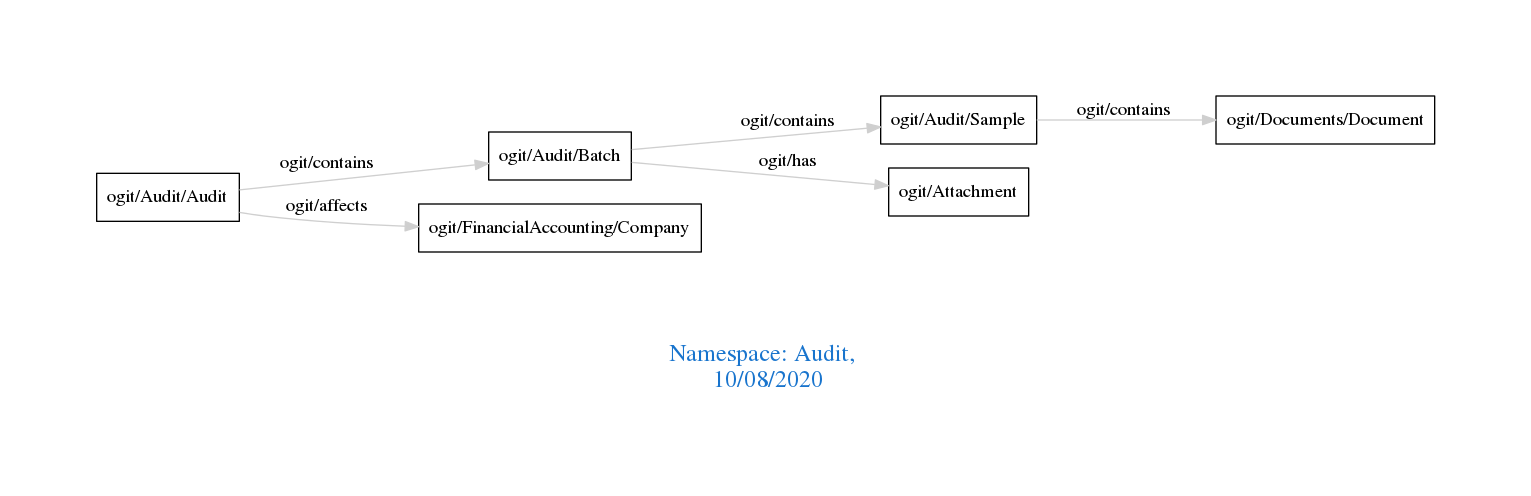
Before: downloads/Audit.png, a diagram exported from Graphviz (arago/OGIT). Its source is kept beside it as downloads/Audit.dot.
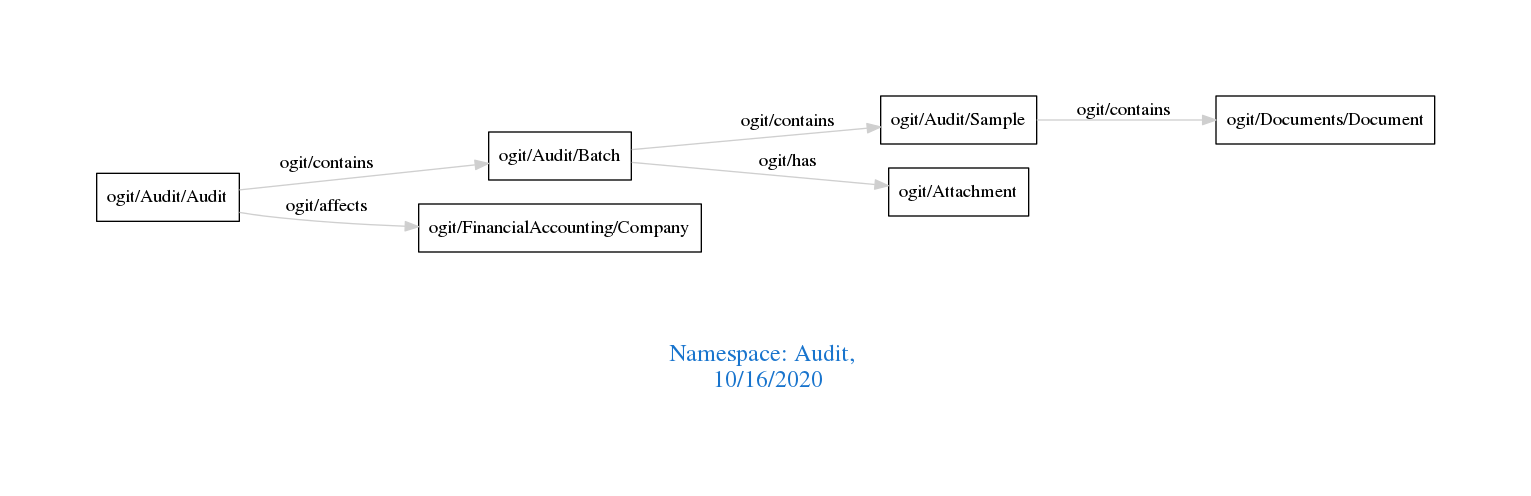
Above is the later version.

Change to the diagram source:
```diff
@@ -1,7 +1,7 @@
 digraph OGIT_ontology {
  graph [ rankdir= LR,pad=1
 fontsize = 18,
-fontcolor= dodgerblue3,label = "\n\n\nNamespace: Audit, \n 10/08/2020"];
+fontcolor= dodgerblue3,label = "\n\n\nNamespace: Audit, \n 10/16/2020"];
 node[shape=polygon];
 edge [  color="gray81"];
 
```
